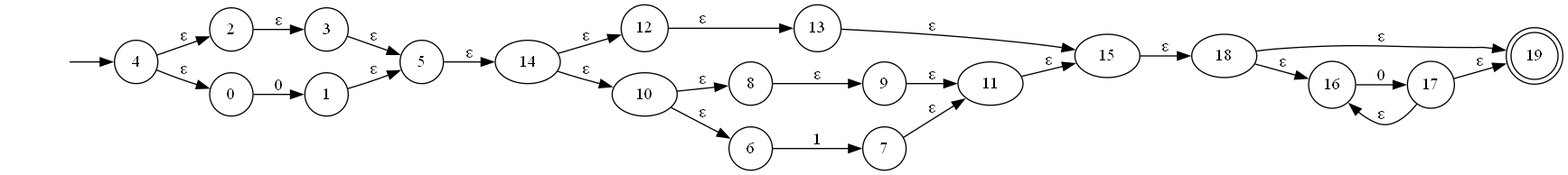
Before: NFA.gv.png, a diagram exported from Graphviz (oscarparedez/compiler-project-1). Its source is kept beside it as NFA.gv.
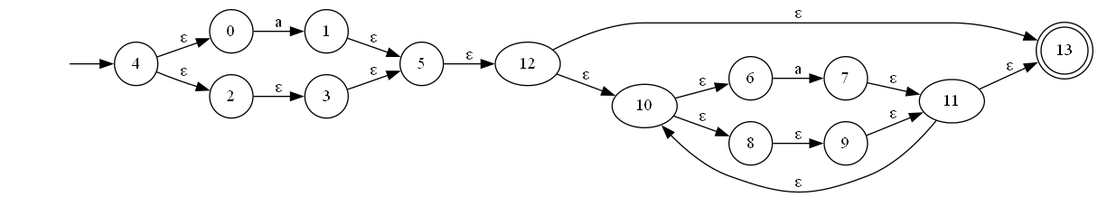
The same file after the commit.

The edit, as a diff of the source:
```diff
@@ -1,44 +1,33 @@
 digraph NFA {
 	graph [rankdir=LR]
 	"" [label="" shape=plaintext]
-	19 [label=19 shape=doublecircle]
+	13 [label=13 shape=doublecircle]
+	0 [label=0 shape=circle]
+	5 [label=5 shape=circle]
+	7 [label=7 shape=circle]
+	3 [label=3 shape=circle]
+	4 [label=4 shape=circle]
+	1 [label=1 shape=circle]
+	2 [label=2 shape=circle]
+	6 [label=6 shape=circle]
 	8 [label=8 shape=circle]
-	16 [label=16 shape=circle]
-	4 [label=4 shape=circle]
-	2 [label=2 shape=circle]
-	13 [label=13 shape=circle]
-	12 [label=12 shape=circle]
-	1 [label=1 shape=circle]
-	3 [label=3 shape=circle]
-	7 [label=7 shape=circle]
-	17 [label=17 shape=circle]
-	0 [label=0 shape=circle]
 	9 [label=9 shape=circle]
-	6 [label=6 shape=circle]
-	5 [label=5 shape=circle]
 	"" -> 4 [label=""]
-	15 -> 18 [label="ε"]
-	5 -> 14 [label="ε"]
+	5 -> 12 [label="ε"]
+	4 -> 2 [label="ε"]
 	4 -> 0 [label="ε"]
-	4 -> 2 [label="ε"]
 	1 -> 5 [label="ε"]
 	3 -> 5 [label="ε"]
-	0 -> 1 [label=0]
+	0 -> 1 [label=a]
 	2 -> 3 [label="ε"]
-	14 -> 12 [label="ε"]
-	14 -> 10 [label="ε"]
-	11 -> 15 [label="ε"]
-	13 -> 15 [label="ε"]
+	12 -> 10 [label="ε"]
+	12 -> 13 [label="ε"]
+	11 -> 10 [label="ε"]
+	11 -> 13 [label="ε"]
+	10 -> 6 [label="ε"]
 	10 -> 8 [label="ε"]
-	10 -> 6 [label="ε"]
 	7 -> 11 [label="ε"]
 	9 -> 11 [label="ε"]
-	6 -> 7 [label=1]
+	6 -> 7 [label=a]
 	8 -> 9 [label="ε"]
-	12 -> 13 [label="ε"]
-	18 -> 19 [label="ε"]
-	18 -> 16 [label="ε"]
-	17 -> 19 [label="ε"]
-	17 -> 16 [label="ε"]
-	16 -> 17 [label=0]
 }
```
